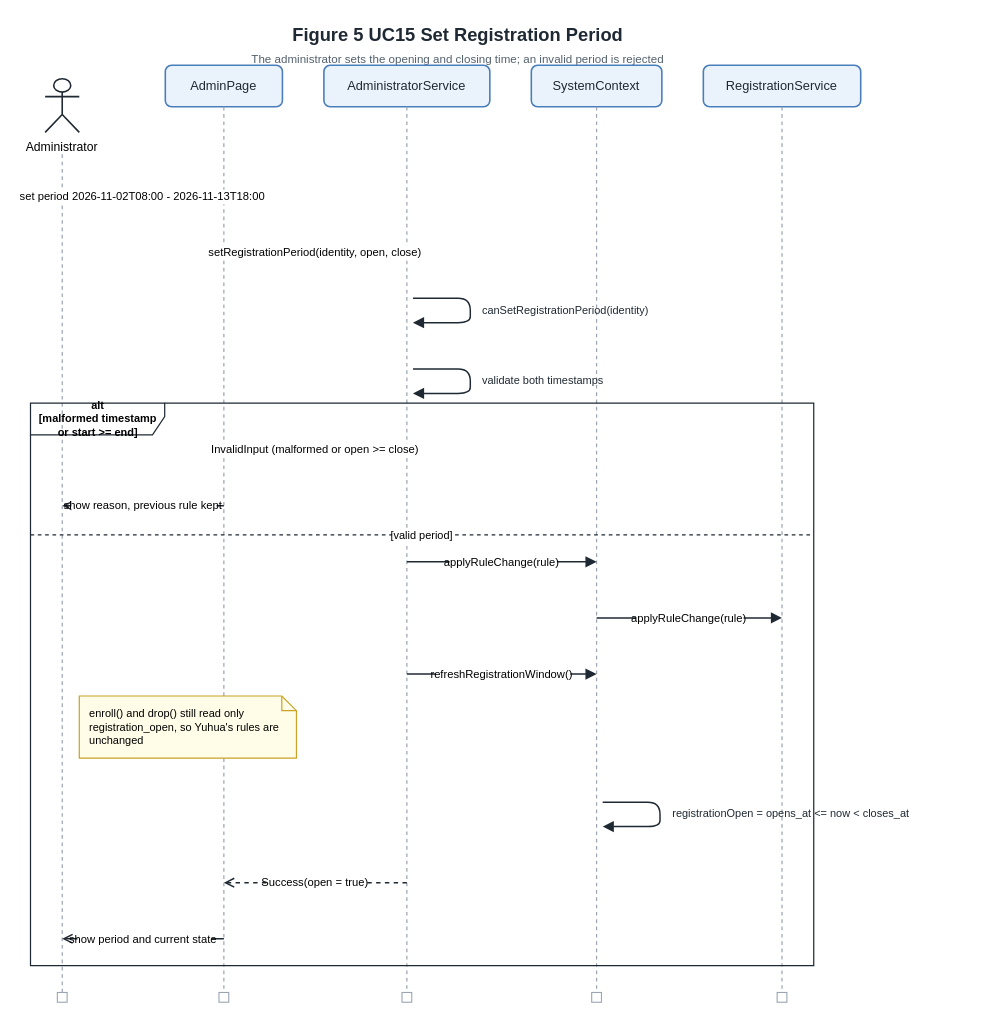
huasang-nb/improved-university-course-registration-system keeps this draw.io diagram as docs/task3/figures/fig5_uc15_set_registration_period.drawio. Above is the earlier version. Source tidied: cells renumbered, new cells numbered last; positions are measured from the earlier drawing's top-left corner, leaving out a move shared by most shapes. Both pictures are drawn from the tidied source at 122%, with x=0, y=0 at pixel (29, 21).
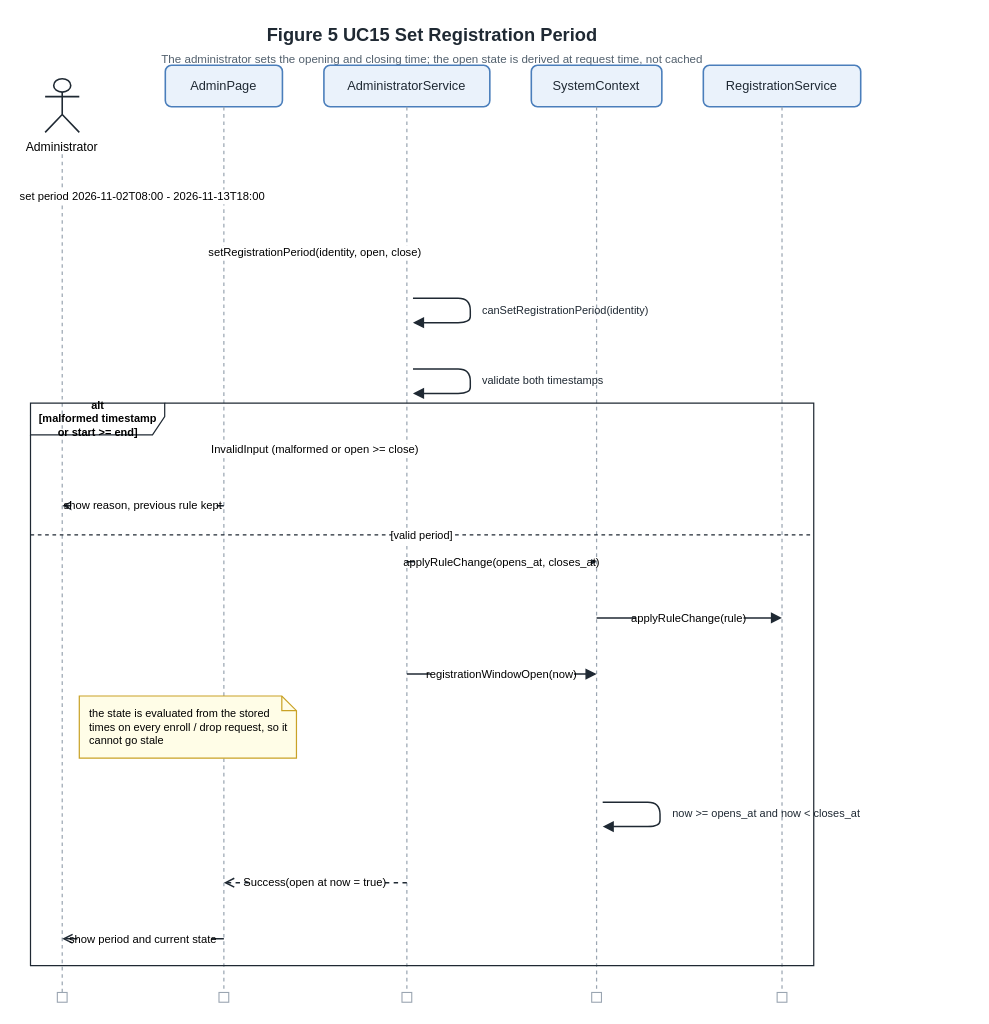
Above is the later version.

What changed in the source:
```diff
@@
     <mxCell id="2" value="Figure 5  UC15 Set Registration Period" style="text;html=0;whiteSpace=wrap;fontSize=15;fontStyle=1;fontColor=#1F2933;align=center;verticalAlign=middle;fontFamily=Microsoft YaHei;" parent="1" vertex="1">
-      <mxGeometry x="194.2" y="-0.2" width="314" height="22.5" as="geometry" />
+      <mxGeometry x="172.8" y="-0.2" width="314" height="22.5" as="geometry" />
     </mxCell>
-    <mxCell id="3" value="The administrator sets the opening and closing time; an invalid period is rejected" style="text;html=0;whiteSpace=wrap;fontSize=9.5;fontStyle=0;fontColor=#52606D;align=center;verticalAlign=middle;fontFamily=Microsoft YaHei;" parent="1" vertex="1">
-      <mxGeometry x="139.2" y="23.9" width="424" height="14.2" as="geometry" />
+    <mxCell id="3" value="The administrator sets the opening and closing time; the open state is derived at request time, not cached" style="text;html=0;whiteSpace=wrap;fontSize=9.5;fontStyle=0;fontColor=#52606D;align=center;verticalAlign=middle;fontFamily=Microsoft YaHei;" parent="1" vertex="1">
+      <mxGeometry x="56.8" y="23.9" width="546" height="14.2" as="geometry" />
     </mxCell>
@@
-    <mxCell id="27" value="applyRuleChange(rule)" style="endArrow=block;endFill=1;html=0;dashed=0;strokeColor=#1F2933;strokeWidth=1.2;labelBackgroundColor=#FFFFFF;fontSize=9.2;fontFamily=Microsoft YaHei;" parent="1" edge="1">
+    <mxCell id="27" value="applyRuleChange(opens_at, closes_at)" style="endArrow=block;endFill=1;html=0;dashed=0;strokeColor=#1F2933;strokeWidth=1.2;labelBackgroundColor=#FFFFFF;fontSize=9.2;fontFamily=Microsoft YaHei;" parent="1" edge="1">
       <mxGeometry relative="1" as="geometry">
         <mxPoint x="309" y="443" as="sourcePoint" />
         <mxPoint x="464.5" y="443" as="targetPoint" />
       </mxGeometry>
     </mxCell>
@@
-    <mxCell id="29" value="refreshRegistrationWindow()" style="endArrow=block;endFill=1;html=0;dashed=0;strokeColor=#1F2933;strokeWidth=1.2;labelBackgroundColor=#FFFFFF;fontSize=9.2;fontFamily=Microsoft YaHei;" parent="1" edge="1">
+    <mxCell id="29" value="registrationWindowOpen(now)" style="endArrow=block;endFill=1;html=0;dashed=0;strokeColor=#1F2933;strokeWidth=1.2;labelBackgroundColor=#FFFFFF;fontSize=9.2;fontFamily=Microsoft YaHei;" parent="1" edge="1">
       <mxGeometry relative="1" as="geometry">
         <mxPoint x="309" y="535" as="sourcePoint" />
         <mxPoint x="464.5" y="535" as="targetPoint" />
       </mxGeometry>
     </mxCell>
@@
-    <mxCell id="31" value="registrationOpen = opens_at &lt;= now &lt; closes_at" style="text;html=0;whiteSpace=wrap;fontSize=9;fontStyle=0;fontColor=#1F2933;align=left;verticalAlign=middle;fontFamily=Microsoft YaHei;" parent="1" vertex="1">
-      <mxGeometry x="524.5" y="643.2" width="244" height="13.5" as="geometry" />
+    <mxCell id="31" value="now &gt;= opens_at and now &lt; closes_at" style="text;html=0;whiteSpace=wrap;fontSize=9;fontStyle=0;fontColor=#1F2933;align=left;verticalAlign=middle;fontFamily=Microsoft YaHei;" parent="1" vertex="1">
+      <mxGeometry x="524.5" y="643.2" width="201" height="13.5" as="geometry" />
     </mxCell>
-    <mxCell id="32" value="Success(open = true)" style="endArrow=open;endFill=0;html=0;dashed=1;strokeColor=#1F2933;strokeWidth=1.2;labelBackgroundColor=#FFFFFF;fontSize=9.2;fontFamily=Microsoft YaHei;" parent="1" edge="1">
+    <mxCell id="32" value="Success(open at now = true)" style="endArrow=open;endFill=0;html=0;dashed=1;strokeColor=#1F2933;strokeWidth=1.2;labelBackgroundColor=#FFFFFF;fontSize=9.2;fontFamily=Microsoft YaHei;" parent="1" edge="1">
       <mxGeometry relative="1" as="geometry">
         <mxPoint x="309" y="706" as="sourcePoint" />
         <mxPoint x="159" y="706" as="targetPoint" />
       </mxGeometry>
     </mxCell>
@@
-    <mxCell id="36" value="enroll() and drop() still read only registration_open, so Yuhua's rules are unchanged" style="shape=note;whiteSpace=wrap;html=0;size=12;fillColor=#FFFDE7;strokeColor=#C9A227;align=left;verticalAlign=middle;fontSize=9;fontFamily=Microsoft YaHei;spacingLeft=6;" parent="1" vertex="1">
+    <mxCell id="36" value="the state is evaluated from the stored times on every enroll / drop request, so it cannot go stale" style="shape=note;whiteSpace=wrap;html=0;size=12;fillColor=#FFFDE7;strokeColor=#C9A227;align=left;verticalAlign=middle;fontSize=9;fontFamily=Microsoft YaHei;spacingLeft=6;" parent="1" vertex="1">
       <mxGeometry x="40.5" y="553" width="178" height="51" as="geometry" />
     </mxCell>
```
